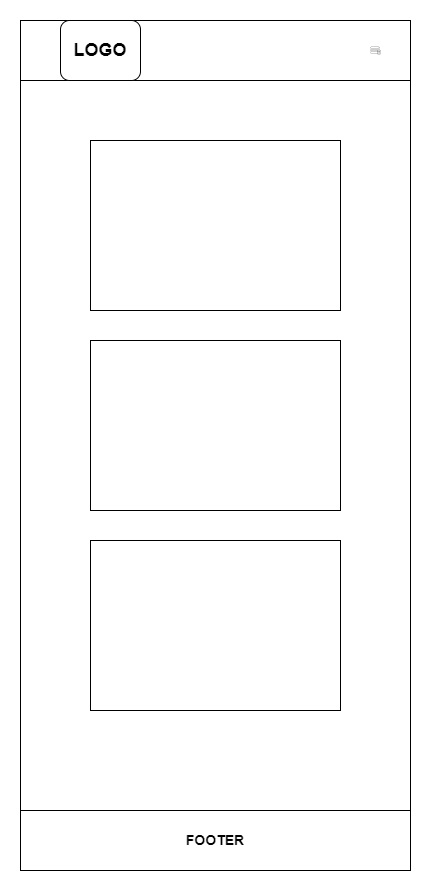
This is img/San pham-MOBILE.png from NguyenHocPH36330/Web106_HocNC, a draw.io export, as it was before one commit. Source tidied: cells renumbered, new cells last; positions are measured from the earlier drawing's top-left corner, leaving out a move shared by most shapes. The source it was exported from:
```xml
<mxGraphModel>
  <root>
    <mxCell id="0" />
    <mxCell id="1" parent="0" />
    <mxCell id="2" style="rounded=0;whiteSpace=wrap;html=1;" parent="1" vertex="1">
      <mxGeometry width="390" height="850" as="geometry" />
    </mxCell>
    <mxCell id="3" style="rounded=0;whiteSpace=wrap;html=1;" parent="1" vertex="1">
      <mxGeometry width="390" height="60" as="geometry" />
    </mxCell>
    <mxCell id="4" value="&lt;h2&gt;LOGO&lt;/h2&gt;" style="rounded=1;whiteSpace=wrap;html=1;" parent="1" vertex="1">
      <mxGeometry x="40" width="80" height="60" as="geometry" />
    </mxCell>
    <mxCell id="5" style="sketch=0;shadow=0;dashed=0;html=1;strokeColor=none;fillColor=#434445;labelPosition=center;verticalLabelPosition=bottom;verticalAlign=top;align=center;shape=mxgraph.vvd.array_manager;" parent="1" vertex="1">
      <mxGeometry x="350" y="26.4" width="10" height="7.3" as="geometry" />
    </mxCell>
    <mxCell id="6" style="rounded=0;whiteSpace=wrap;html=1;" parent="1" vertex="1">
      <mxGeometry x="70" y="320" width="250" height="170" as="geometry" />
    </mxCell>
    <mxCell id="7" value="&lt;h3&gt;FOOTER&lt;/h3&gt;" style="rounded=0;whiteSpace=wrap;html=1;" parent="1" vertex="1">
      <mxGeometry y="790" width="390" height="60" as="geometry" />
    </mxCell>
    <mxCell id="8" style="rounded=0;whiteSpace=wrap;html=1;" parent="1" vertex="1">
      <mxGeometry x="70" y="520" width="250" height="170" as="geometry" />
    </mxCell>
    <mxCell id="9" style="rounded=0;whiteSpace=wrap;html=1;" parent="1" vertex="1">
      <mxGeometry x="70" y="120" width="250" height="170" as="geometry" />
    </mxCell>
  </root>
</mxGraphModel>
```
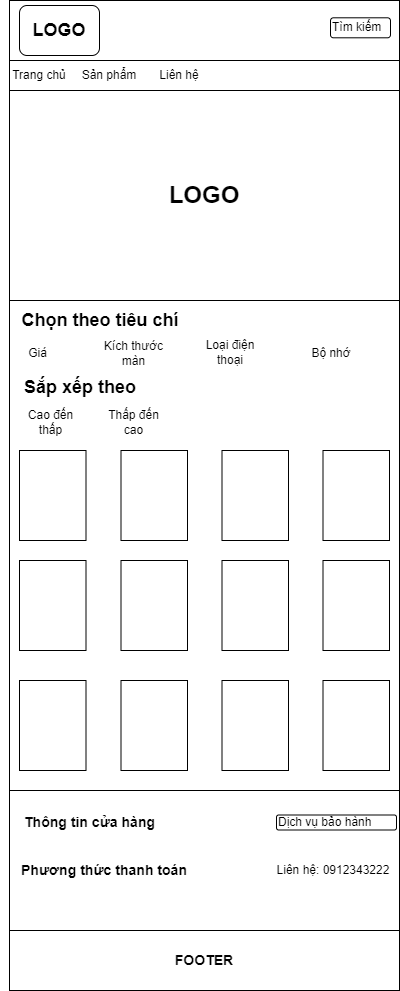
Above is the later version.

What changed in the source:
```diff
@@ -2,29 +2,107 @@
   <root>
     <mxCell id="0" />
     <mxCell id="1" parent="0" />
-    <mxCell id="2" style="rounded=0;whiteSpace=wrap;html=1;" parent="1" vertex="1">
-      <mxGeometry width="390" height="850" as="geometry" />
-    </mxCell>
-    <mxCell id="3" style="rounded=0;whiteSpace=wrap;html=1;" parent="1" vertex="1">
-      <mxGeometry width="390" height="60" as="geometry" />
-    </mxCell>
+    <mxCell id="10" style="rounded=0;whiteSpace=wrap;html=1;" parent="1" vertex="1">
+      <mxGeometry x="-1270" y="50" width="390" height="990" as="geometry" />
+    </mxCell>
+    <mxCell id="11" style="rounded=0;whiteSpace=wrap;html=1;" parent="1" vertex="1">
+      <mxGeometry x="-1270" y="50" width="390" height="60" as="geometry" />
+    </mxCell>
     <mxCell id="4" value="&lt;h2&gt;LOGO&lt;/h2&gt;" style="rounded=1;whiteSpace=wrap;html=1;" parent="1" vertex="1">
-      <mxGeometry x="40" width="80" height="60" as="geometry" />
+      <mxGeometry x="-1260" y="55" width="80" height="50" as="geometry" />
     </mxCell>
-    <mxCell id="5" style="sketch=0;shadow=0;dashed=0;html=1;strokeColor=none;fillColor=#434445;labelPosition=center;verticalLabelPosition=bottom;verticalAlign=top;align=center;shape=mxgraph.vvd.array_manager;" parent="1" vertex="1">
-      <mxGeometry x="350" y="26.4" width="10" height="7.3" as="geometry" />
-    </mxCell>
-    <mxCell id="6" style="rounded=0;whiteSpace=wrap;html=1;" parent="1" vertex="1">
-      <mxGeometry x="70" y="320" width="250" height="170" as="geometry" />
-    </mxCell>
+    <mxCell id="12" value="&lt;h1&gt;LOGO&lt;/h1&gt;" style="rounded=0;whiteSpace=wrap;html=1;" parent="1" vertex="1">
+      <mxGeometry x="-1270" y="140" width="390" height="210" as="geometry" />
+    </mxCell>
     <mxCell id="7" value="&lt;h3&gt;FOOTER&lt;/h3&gt;" style="rounded=0;whiteSpace=wrap;html=1;" parent="1" vertex="1">
-      <mxGeometry y="790" width="390" height="60" as="geometry" />
+      <mxGeometry x="-1270" y="980" width="390" height="60" as="geometry" />
     </mxCell>
-    <mxCell id="8" style="rounded=0;whiteSpace=wrap;html=1;" parent="1" vertex="1">
-      <mxGeometry x="70" y="520" width="250" height="170" as="geometry" />
-    </mxCell>
-    <mxCell id="9" style="rounded=0;whiteSpace=wrap;html=1;" parent="1" vertex="1">
-      <mxGeometry x="70" y="120" width="250" height="170" as="geometry" />
-    </mxCell>
+    <mxCell id="13" value="Tìm kiếm" style="rounded=1;whiteSpace=wrap;html=1;align=left;" parent="1" vertex="1">
+      <mxGeometry x="-949" y="67.3" width="60" height="20" as="geometry" />
+    </mxCell>
+    <mxCell id="14" value="Trang chủ" style="text;html=1;strokeColor=none;fillColor=none;align=center;verticalAlign=middle;whiteSpace=wrap;rounded=0;" parent="1" vertex="1">
+      <mxGeometry x="-1270" y="110" width="60" height="30" as="geometry" />
+    </mxCell>
+    <mxCell id="15" value="Sản phẩm" style="text;html=1;strokeColor=none;fillColor=none;align=center;verticalAlign=middle;whiteSpace=wrap;rounded=0;" parent="1" vertex="1">
+      <mxGeometry x="-1200" y="110" width="60" height="30" as="geometry" />
+    </mxCell>
+    <mxCell id="16" value="Liên hệ" style="text;html=1;strokeColor=none;fillColor=none;align=center;verticalAlign=middle;whiteSpace=wrap;rounded=0;" parent="1" vertex="1">
+      <mxGeometry x="-1130" y="110" width="60" height="30" as="geometry" />
+    </mxCell>
+    <mxCell id="17" value="&lt;h2&gt;Chọn theo tiêu chí&lt;/h2&gt;" style="text;html=1;strokeColor=none;fillColor=none;align=center;verticalAlign=middle;whiteSpace=wrap;rounded=0;" parent="1" vertex="1">
+      <mxGeometry x="-1279" y="350" width="200" height="40" as="geometry" />
+    </mxCell>
+    <mxCell id="18" value="Giá" style="text;html=1;strokeColor=none;fillColor=none;align=center;verticalAlign=middle;whiteSpace=wrap;rounded=0;flipH=1;" parent="1" vertex="1">
+      <mxGeometry x="-1260" y="387.5" width="37" height="30" as="geometry" />
+    </mxCell>
+    <mxCell id="19" value="Kích thước màn" style="text;html=1;strokeColor=none;fillColor=none;align=center;verticalAlign=middle;whiteSpace=wrap;rounded=0;flipH=1;" parent="1" vertex="1">
+      <mxGeometry x="-1181" y="387.5" width="71" height="30" as="geometry" />
+    </mxCell>
+    <mxCell id="20" value="Loại điện thoại" style="text;html=1;strokeColor=none;fillColor=none;align=center;verticalAlign=middle;whiteSpace=wrap;rounded=0;flipH=1;" parent="1" vertex="1">
+      <mxGeometry x="-1079" y="387" width="60" height="30" as="geometry" />
+    </mxCell>
+    <mxCell id="21" value="Bộ nhớ" style="text;html=1;strokeColor=none;fillColor=none;align=center;verticalAlign=middle;whiteSpace=wrap;rounded=0;flipH=1;" parent="1" vertex="1">
+      <mxGeometry x="-978" y="387.5" width="60" height="30" as="geometry" />
+    </mxCell>
+    <mxCell id="22" style="rounded=0;whiteSpace=wrap;html=1;flipH=1;" parent="1" vertex="1">
+      <mxGeometry x="-1260" y="500" width="66.5" height="90" as="geometry" />
+    </mxCell>
+    <mxCell id="23" style="rounded=0;whiteSpace=wrap;html=1;flipH=1;" parent="1" vertex="1">
+      <mxGeometry x="-1158.5" y="500" width="66.5" height="90" as="geometry" />
+    </mxCell>
+    <mxCell id="24" style="rounded=0;whiteSpace=wrap;html=1;flipH=1;" parent="1" vertex="1">
+      <mxGeometry x="-1057.5" y="500" width="66.5" height="90" as="geometry" />
+    </mxCell>
+    <mxCell id="25" style="rounded=0;whiteSpace=wrap;html=1;flipH=1;" parent="1" vertex="1">
+      <mxGeometry x="-956.5" y="500" width="66.5" height="90" as="geometry" />
+    </mxCell>
+    <mxCell id="26" style="rounded=0;whiteSpace=wrap;html=1;flipH=1;" parent="1" vertex="1">
+      <mxGeometry x="-1260" y="610" width="66.5" height="90" as="geometry" />
+    </mxCell>
+    <mxCell id="27" style="rounded=0;whiteSpace=wrap;html=1;flipH=1;" parent="1" vertex="1">
+      <mxGeometry x="-1158.5" y="610" width="66.5" height="90" as="geometry" />
+    </mxCell>
+    <mxCell id="28" style="rounded=0;whiteSpace=wrap;html=1;flipH=1;" parent="1" vertex="1">
+      <mxGeometry x="-1057.5" y="610" width="66.5" height="90" as="geometry" />
+    </mxCell>
+    <mxCell id="29" style="rounded=0;whiteSpace=wrap;html=1;flipH=1;" parent="1" vertex="1">
+      <mxGeometry x="-956.5" y="610" width="66.5" height="90" as="geometry" />
+    </mxCell>
+    <mxCell id="30" style="rounded=0;whiteSpace=wrap;html=1;flipH=1;" parent="1" vertex="1">
+      <mxGeometry x="-1260" y="730" width="66.5" height="90" as="geometry" />
+    </mxCell>
+    <mxCell id="31" style="rounded=0;whiteSpace=wrap;html=1;flipH=1;" parent="1" vertex="1">
+      <mxGeometry x="-1158.5" y="730" width="66.5" height="90" as="geometry" />
+    </mxCell>
+    <mxCell id="32" style="rounded=0;whiteSpace=wrap;html=1;flipH=1;" parent="1" vertex="1">
+      <mxGeometry x="-1057.5" y="730" width="66.5" height="90" as="geometry" />
+    </mxCell>
+    <mxCell id="33" style="rounded=0;whiteSpace=wrap;html=1;flipH=1;" parent="1" vertex="1">
+      <mxGeometry x="-956.5" y="730" width="66.5" height="90" as="geometry" />
+    </mxCell>
+    <mxCell id="34" style="rounded=0;whiteSpace=wrap;html=1;" parent="1" vertex="1">
+      <mxGeometry x="-1270" y="840" width="390" height="140" as="geometry" />
+    </mxCell>
+    <mxCell id="35" value="Dịch vụ bảo hành" style="rounded=1;whiteSpace=wrap;html=1;align=left;" parent="1" vertex="1">
+      <mxGeometry x="-1003" y="864.5" width="120" height="15" as="geometry" />
+    </mxCell>
+    <mxCell id="36" value="&lt;h3&gt;Phương thức thanh toán&lt;/h3&gt;" style="text;html=1;align=center;verticalAlign=middle;whiteSpace=wrap;rounded=0;" parent="1" vertex="1">
+      <mxGeometry x="-1260" y="905" width="170" height="30" as="geometry" />
+    </mxCell>
+    <mxCell id="37" value="&lt;h3&gt;Thông tin cửa hàng&lt;/h3&gt;" style="text;html=1;align=left;verticalAlign=middle;whiteSpace=wrap;rounded=0;" parent="1" vertex="1">
+      <mxGeometry x="-1257" y="857" width="140" height="30" as="geometry" />
+    </mxCell>
+    <mxCell id="38" value="Liên hệ: 0912343222" style="text;html=1;align=center;verticalAlign=middle;whiteSpace=wrap;rounded=0;" parent="1" vertex="1">
+      <mxGeometry x="-1012" y="905" width="132" height="30" as="geometry" />
+    </mxCell>
+    <mxCell id="39" value="&lt;h2&gt;Sắp xếp theo&lt;/h2&gt;" style="text;html=1;strokeColor=none;fillColor=none;align=left;verticalAlign=middle;whiteSpace=wrap;rounded=0;" parent="1" vertex="1">
+      <mxGeometry x="-1257" y="417" width="200" height="40" as="geometry" />
+    </mxCell>
+    <mxCell id="40" value="Cao đến thấp" style="text;html=1;strokeColor=none;fillColor=none;align=center;verticalAlign=middle;whiteSpace=wrap;rounded=0;flipH=1;" parent="1" vertex="1">
+      <mxGeometry x="-1257" y="457" width="57" height="30" as="geometry" />
+    </mxCell>
+    <mxCell id="41" value="Thấp đến cao" style="text;html=1;strokeColor=none;fillColor=none;align=center;verticalAlign=middle;whiteSpace=wrap;rounded=0;flipH=1;" parent="1" vertex="1">
+      <mxGeometry x="-1174" y="457" width="57" height="30" as="geometry" />
+    </mxCell>
   </root>
 </mxGraphModel>
```
